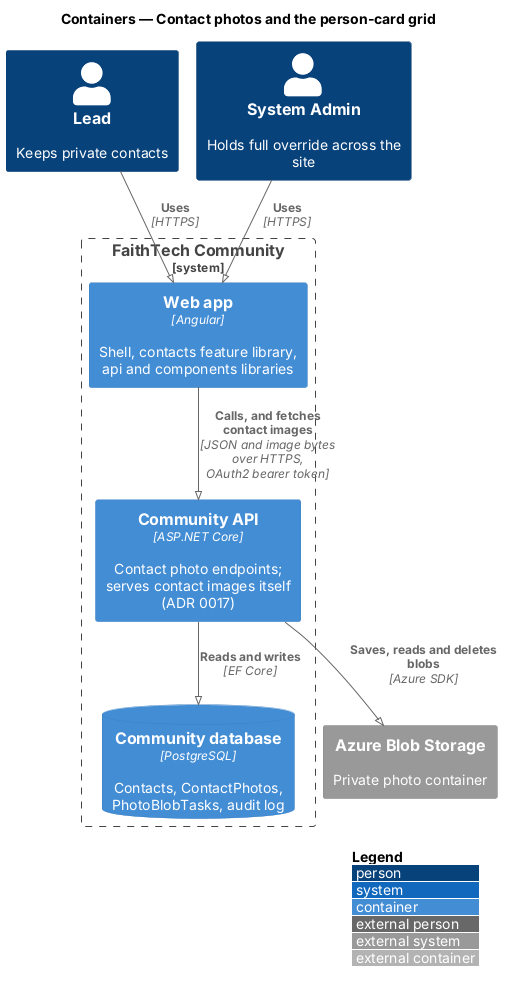
The PlantUML diagram docs/detailed-designs/contacts/contact-photos/diagrams/c4-container.png in QuinntyneBrown/faithtech-community, before a commit.
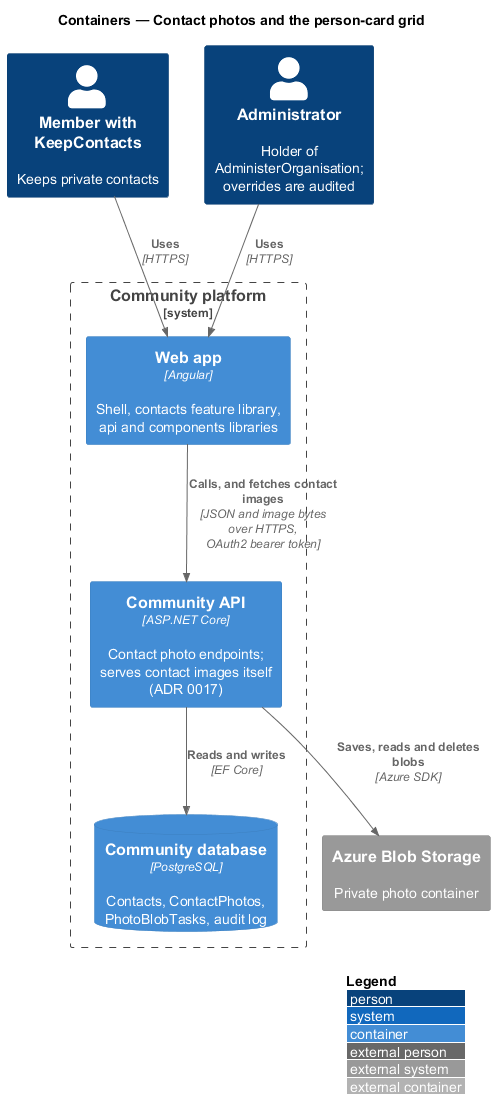
The same file after the commit.

The edit, as a diff of the source:
```diff
@@ -1,11 +1,10 @@
 @startuml
-!pragma layout smetana
 !include <C4/C4_Container>
 LAYOUT_WITH_LEGEND()
 title Containers — Contact photos and the person-card grid
-Person(lead, "Lead", "Keeps private contacts")
-Person(admin, "System Admin", "Holds full override across the site")
-System_Boundary(community, "FaithTech Community") {
+Person(lead, "Member with KeepContacts", "Keeps private contacts")
+Person(admin, "Administrator", "Holder of AdministerOrganisation; overrides are audited")
+System_Boundary(community, "Community platform") {
   Container(web, "Web app", "Angular", "Shell, contacts feature library, api and components libraries")
   Container(api, "Community API", "ASP.NET Core", "Contact photo endpoints; serves contact images itself (ADR 0017)")
   ContainerDb(db, "Community database", "PostgreSQL", "Contacts, ContactPhotos, PhotoBlobTasks, audit log")
```
